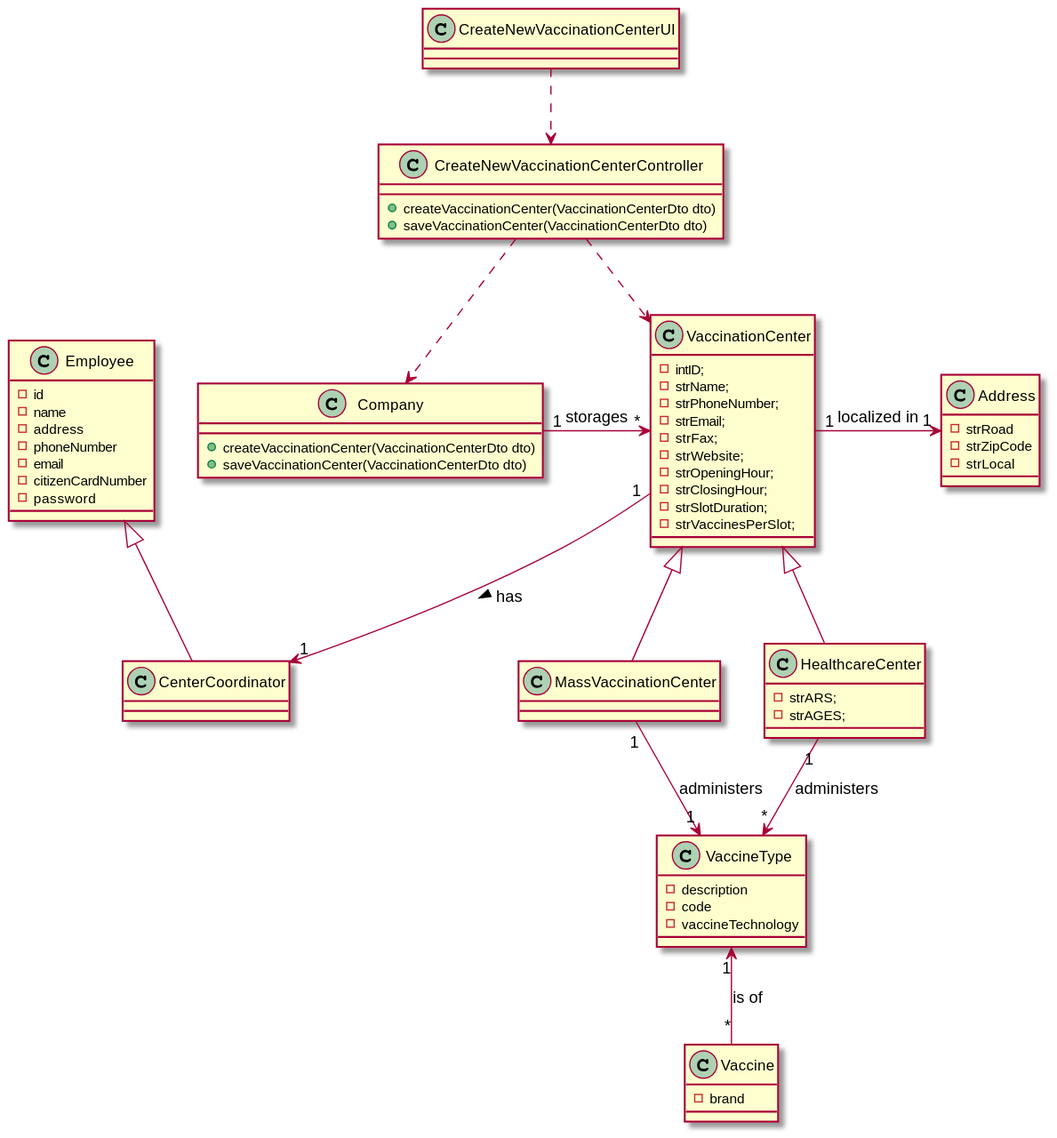
Pirussa/lei-22-s2-1da-g02 keeps this PlantUML diagram as docs/SprintB/US009/US009_CD.svg. Above is the earlier version.
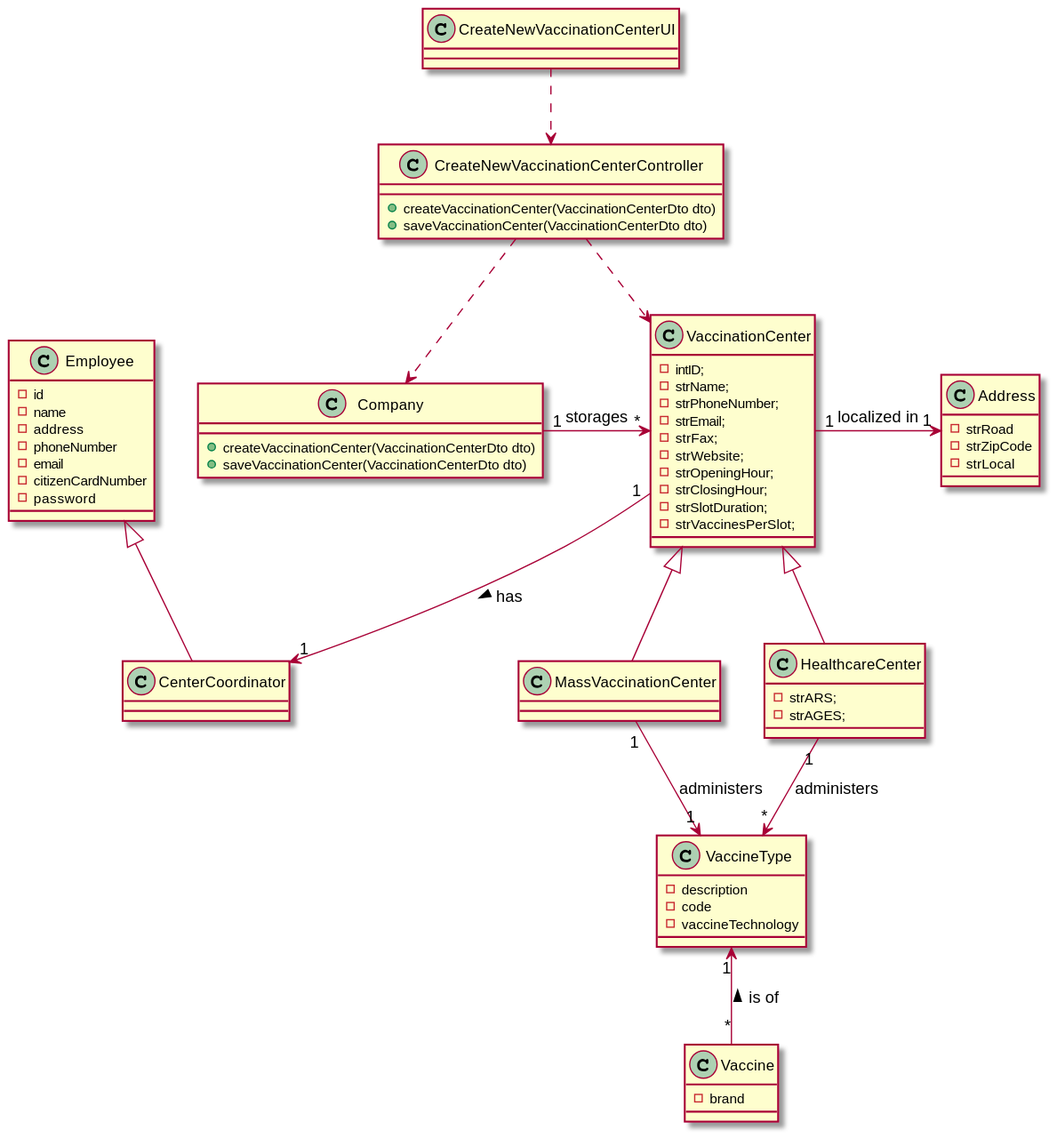
After the commit.

Commit message:
US09 - Updating class diagram

Change to the diagram source:
```diff
@@ -74,6 +74,6 @@
 VaccinationCenter "1" -> "1" Address : localized in
 MassVaccinationCenter "1" --> "1" VaccineType: administers
 HealthcareCenter "1" -down-> "*" VaccineType: administers
-VaccineType "1" <-down- "*" Vaccine: is of
+VaccineType "1" <-down- "*" Vaccine: is of <
 
 @enduml
```
